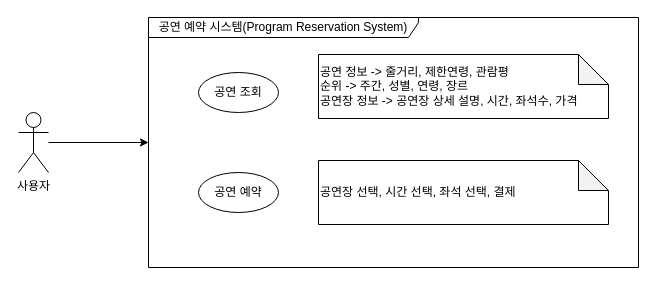
Earlier version of the draw.io diagram page "ST1" (2 of 4) of requirements.drawio (hunjuly/rehearsal). Source tidied: cells renumbered, new cells numbered last; positions are measured from the earlier drawing's top-left corner, leaving out a move shared by most shapes. Both pictures are drawn from the tidied source at 100%, with x=0, y=0 at pixel (18, 17).
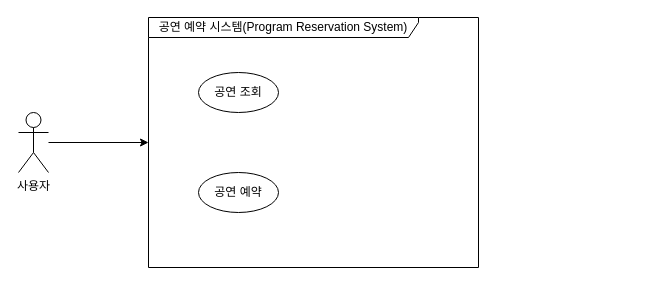
The same page after the edit.

Change to the diagram source:
```diff
@@
 <mxGraphModel>
   <root>
     <mxCell id="0" />
     <mxCell id="1" parent="0" />
     <mxCell id="2" value="공연 예약 시스템(Program Reservation System)" style="shape=umlFrame;whiteSpace=wrap;html=1;width=270;height=20;" parent="1" vertex="1">
-      <mxGeometry x="130" width="490" height="250" as="geometry" />
+      <mxGeometry x="130" width="330" height="250" as="geometry" />
     </mxCell>
     <mxCell id="3" style="edgeStyle=orthogonalEdgeStyle;rounded=0;jettySize=auto;html=1;" parent="1" edge="1" source="4" target="2">
       <mxGeometry relative="1" as="geometry" />
     </mxCell>
     <mxCell id="4" value="사용자" style="shape=umlActor;verticalLabelPosition=bottom;verticalAlign=top;html=1;outlineConnect=0;" parent="1" vertex="1">
       <mxGeometry y="95" width="30" height="60" as="geometry" />
     </mxCell>
     <mxCell id="5" value="공연 조회" style="ellipse;whiteSpace=wrap;html=1;" parent="1" vertex="1">
       <mxGeometry x="180" y="55" width="80" height="40" as="geometry" />
     </mxCell>
     <mxCell id="6" value="공연 예약" style="ellipse;whiteSpace=wrap;html=1;" parent="1" vertex="1">
       <mxGeometry x="180" y="155" width="80" height="40" as="geometry" />
     </mxCell>
-    <mxCell id="7" value="공연 정보 -&amp;gt; 줄거리, 제한연령, 관람평&lt;br&gt;순위 -&amp;gt; 주간, 성별, 연령, 장르&lt;br&gt;공연장 정보 -&amp;gt; 공연장 상세 설명, 시간, 좌석수, 가격" style="shape=note;whiteSpace=wrap;html=1;backgroundOutline=1;darkOpacity=0.05;align=left;" parent="1" vertex="1">
-      <mxGeometry x="300" y="37" width="290" height="64" as="geometry" />
-    </mxCell>
-    <mxCell id="8" value="공연장 선택, 시간 선택, 좌석 선택, 결제" style="shape=note;whiteSpace=wrap;html=1;backgroundOutline=1;darkOpacity=0.05;align=left;" parent="1" vertex="1">
-      <mxGeometry x="300" y="143" width="290" height="64" as="geometry" />
-    </mxCell>
   </root>
 </mxGraphModel>
```
